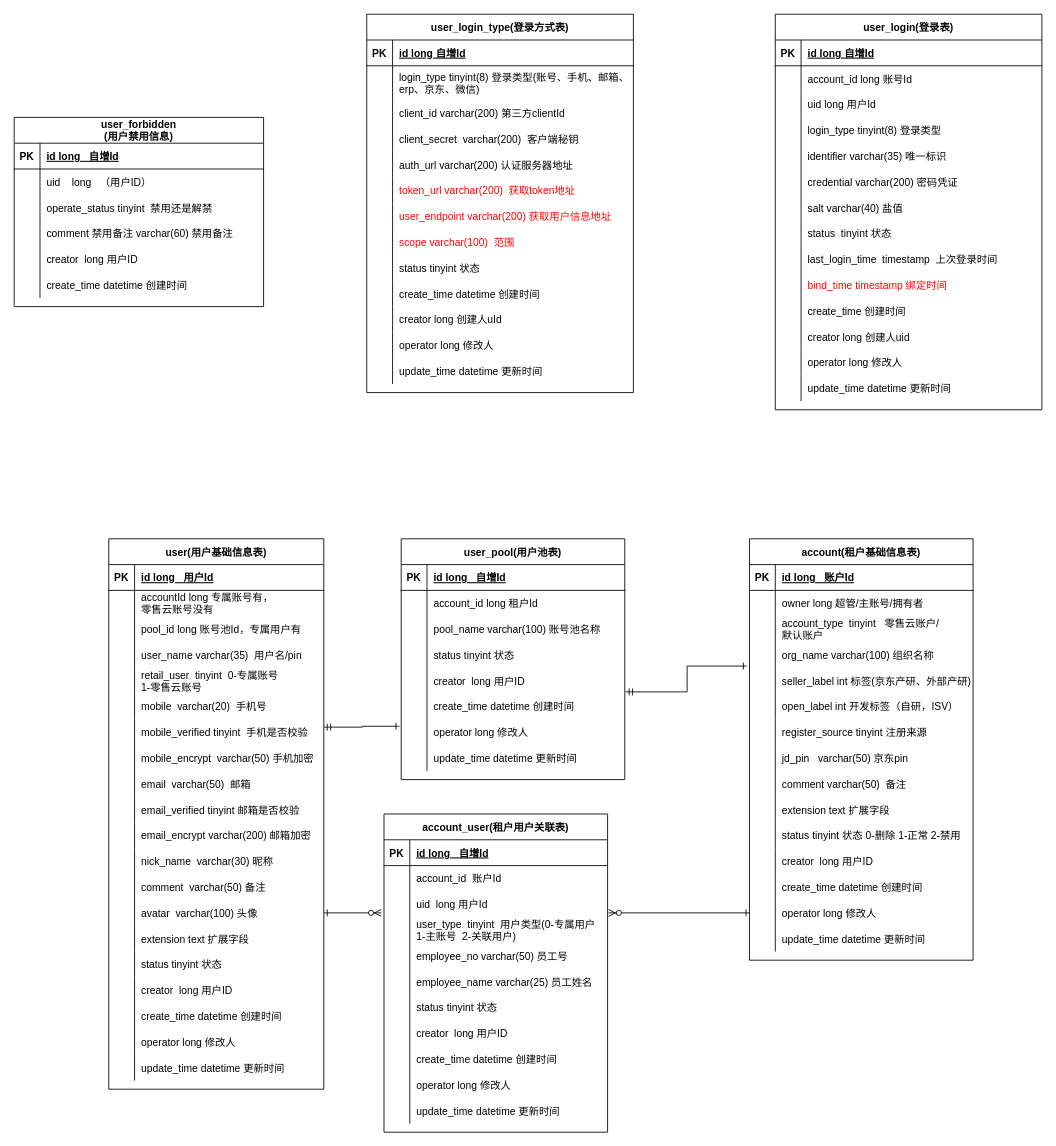
Above: page "新账号模型" (1 of 10) of idaas.drawio in AjaxXu/Diagram (draw.io), before the change. Source tidied: cells renumbered, new cells numbered last; positions are measured from the earlier drawing's top-left corner, leaving out a move shared by most shapes. Both pictures are drawn from the tidied source at 86%, with x=0, y=0 at pixel (-38, 14).
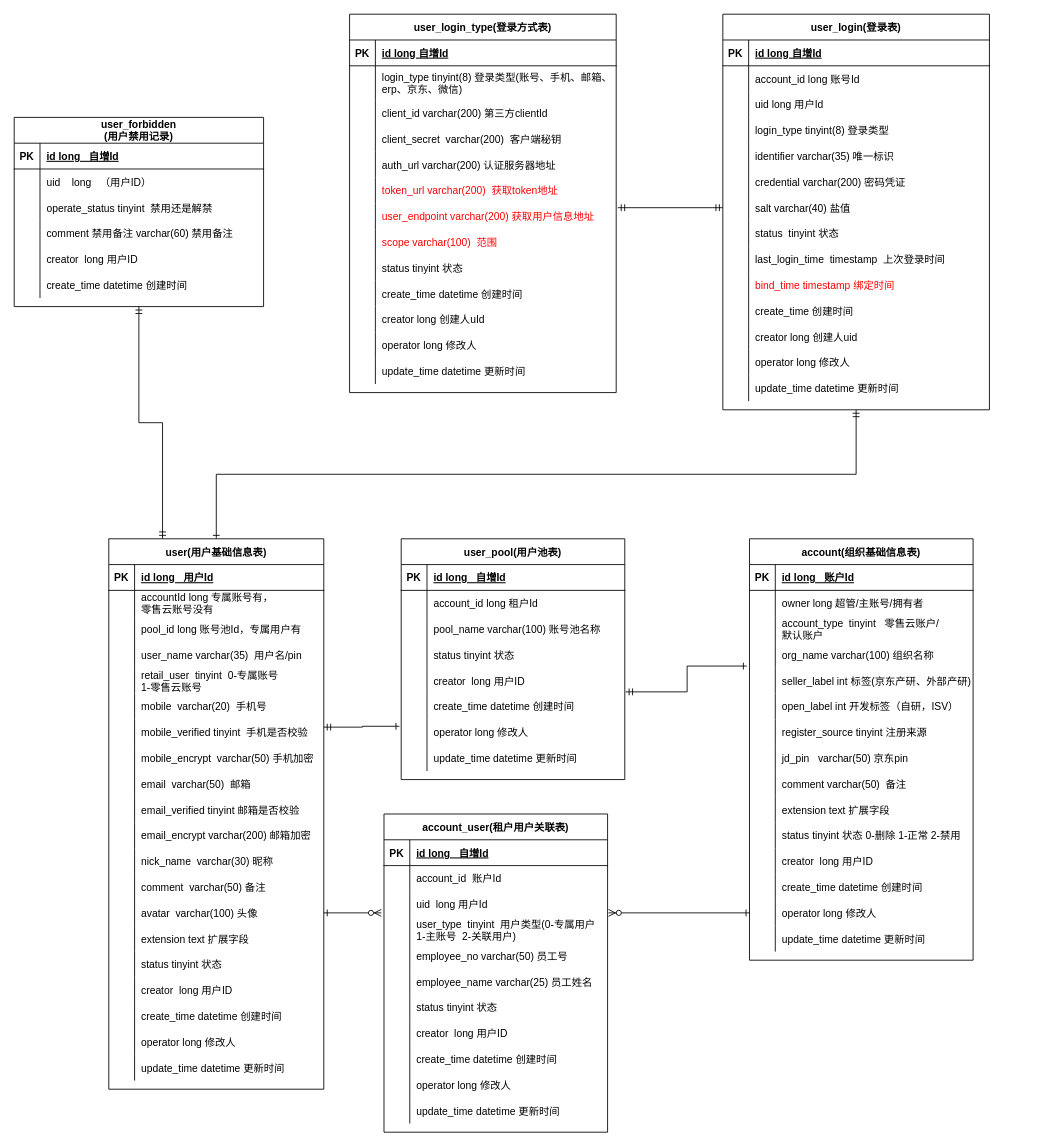
After the change.

Unchanged cells that the change refers to:
```xml
<mxCell id="48" value="user(用户基础信息表)" style="shape=table;startSize=30;childLayout=tableLayout;rowLines=0;fontStyle=1;align=center;" parent="1" vertex="1">
  <mxGeometry x="170" y="610" width="250" height="640" as="geometry" />
</mxCell>
<mxCell id="128" style="shape=partialRectangle;fillColor=none;points=[[0,0.5],[1,0.5]];portConstraint=eastwest;top=0;left=0;right=0;bottom=0;" parent="109" vertex="1">
  <mxGeometry y="210" width="310" height="30" as="geometry" />
</mxCell>
<mxCell id="171" style="shape=partialRectangle;fillColor=none;points=[[0,0.5],[1,0.5]];portConstraint=eastwest;top=0;left=0;right=0;bottom=0;" parent="152" vertex="1">
  <mxGeometry y="220" width="310" height="30" as="geometry" />
</mxCell>
```

Diff of the diagram source:
```diff
@@
-    <mxCell id="2" value="account(租户基础信息表)" style="shape=table;startSize=30;childLayout=tableLayout;rowLines=0;fontStyle=1;align=center;" parent="1" vertex="1">
+    <mxCell id="2" value="account(组织基础信息表)" style="shape=table;startSize=30;childLayout=tableLayout;rowLines=0;fontStyle=1;align=center;" parent="1" vertex="1">
       <mxGeometry x="915" y="610" width="260" height="490" as="geometry" />
     </mxCell>
@@
+    <mxCell id="279" style="edgeStyle=orthogonalEdgeStyle;rounded=0;jettySize=auto;html=1;exitX=0.5;exitY=0;exitDx=0;exitDy=0;entryX=0.5;entryY=1;entryDx=0;entryDy=0;startArrow=ERone;startFill=0;endArrow=ERmandOne;endFill=0;" parent="1" edge="1" source="48" target="109">
+      <mxGeometry relative="1" as="geometry" />
+    </mxCell>
@@
     <mxCell id="109" value="user_login(登录表)" style="shape=table;startSize=30;childLayout=tableLayout;rowLines=0;fontStyle=1;align=center;" parent="1" vertex="1">
-      <mxGeometry x="945" width="310" height="460" as="geometry" />
+      <mxGeometry x="884" width="310" height="460" as="geometry" />
     </mxCell>
@@
     <mxCell id="152" value="user_login_type(登录方式表)" style="shape=table;startSize=30;childLayout=tableLayout;rowLines=0;fontStyle=1;align=center;" parent="1" vertex="1">
-      <mxGeometry x="470" width="310" height="440" as="geometry" />
+      <mxGeometry x="450" width="310" height="440" as="geometry" />
     </mxCell>
@@
+    <mxCell id="280" style="edgeStyle=orthogonalEdgeStyle;rounded=0;jettySize=auto;html=1;exitX=0.5;exitY=1;exitDx=0;exitDy=0;entryX=0.25;entryY=0;entryDx=0;entryDy=0;startArrow=ERmandOne;startFill=0;endArrow=ERmandOne;endFill=0;" parent="1" edge="1" source="197" target="48">
+      <mxGeometry relative="1" as="geometry" />
+    </mxCell>
-    <mxCell id="197" value="user_forbidden&#10;(用户禁用信息)" style="shape=table;startSize=30;childLayout=tableLayout;rowLines=0;fontStyle=1;align=center;" parent="1" vertex="1">
+    <mxCell id="197" value="user_forbidden&#10;(用户禁用记录)" style="shape=table;startSize=30;childLayout=tableLayout;rowLines=0;fontStyle=1;align=center;" parent="1" vertex="1">
       <mxGeometry x="60" y="120" width="290" height="220" as="geometry" />
     </mxCell>
@@
+    <mxCell id="281" style="edgeStyle=orthogonalEdgeStyle;rounded=0;jettySize=auto;html=1;exitX=0;exitY=0.5;exitDx=0;exitDy=0;entryX=1.006;entryY=0.167;entryDx=0;entryDy=0;entryPerimeter=0;startArrow=ERmandOne;startFill=0;endArrow=ERmandOne;endFill=0;" parent="1" edge="1" source="128" target="171">
+      <mxGeometry relative="1" as="geometry" />
+    </mxCell>
```
